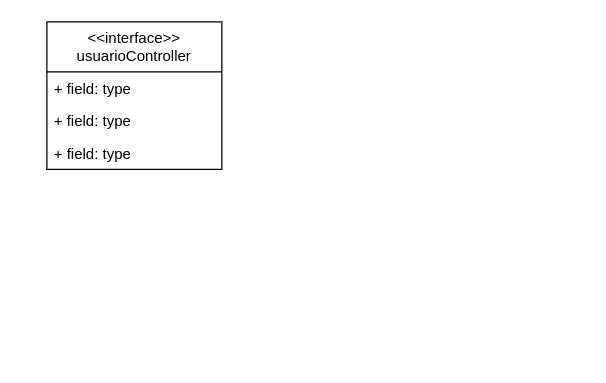
The draw.io diagram Diagramas/ProxyUML.drawio in JorgeADnro/Torres, before the edit. Source tidied: cells renumbered, new cells numbered last; positions are measured from the earlier drawing's top-left corner, leaving out a move shared by most shapes. Both pictures are drawn from the tidied source at 125%, with x=0, y=0 at pixel (46, 21).
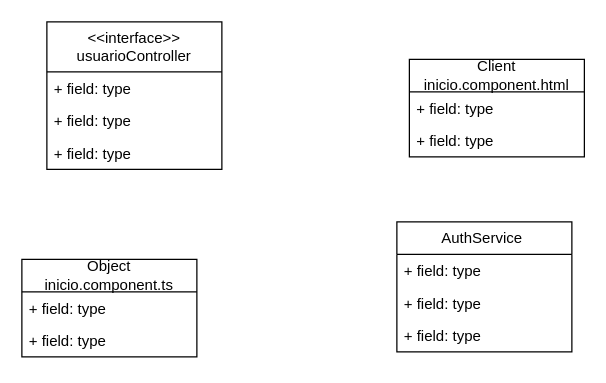
Above is the later version.

Change to the diagram source:
```diff
@@
 <mxGraphModel>
   <root>
     <mxCell id="0" />
     <mxCell id="1" parent="0" />
     <mxCell id="2" value="&amp;lt;&amp;lt;interface&amp;gt;&amp;gt;&lt;br&gt;usuarioController" style="swimlane;fontStyle=0;horizontal=1;startSize=40;fillColor=none;whiteSpace=wrap;html=1;" parent="1" vertex="1">
       <mxGeometry width="140" height="118" as="geometry" />
     </mxCell>
     <mxCell id="3" value="+ field: type" style="text;strokeColor=none;fillColor=none;align=left;verticalAlign=top;spacingLeft=4;spacingRight=4;overflow=hidden;whiteSpace=wrap;html=1;" parent="2" vertex="1">
       <mxGeometry y="40" width="140" height="26" as="geometry" />
     </mxCell>
     <mxCell id="4" value="+ field: type" style="text;strokeColor=none;fillColor=none;align=left;verticalAlign=top;spacingLeft=4;spacingRight=4;overflow=hidden;whiteSpace=wrap;html=1;" parent="2" vertex="1">
       <mxGeometry y="66" width="140" height="26" as="geometry" />
     </mxCell>
     <mxCell id="5" value="+ field: type" style="text;strokeColor=none;fillColor=none;align=left;verticalAlign=top;spacingLeft=4;spacingRight=4;overflow=hidden;whiteSpace=wrap;html=1;" parent="2" vertex="1">
       <mxGeometry y="92" width="140" height="26" as="geometry" />
     </mxCell>
+    <mxCell id="6" value="Client&lt;br&gt;inicio.component.html" style="swimlane;fontStyle=0;horizontal=1;startSize=26;fillColor=none;whiteSpace=wrap;html=1;" parent="1" vertex="1">
+      <mxGeometry x="290" y="30" width="140" height="78" as="geometry" />
+    </mxCell>
+    <mxCell id="7" value="+ field: type" style="text;strokeColor=none;fillColor=none;align=left;verticalAlign=top;spacingLeft=4;spacingRight=4;overflow=hidden;whiteSpace=wrap;html=1;" parent="6" vertex="1">
+      <mxGeometry y="26" width="140" height="26" as="geometry" />
+    </mxCell>
+    <mxCell id="8" value="+ field: type" style="text;strokeColor=none;fillColor=none;align=left;verticalAlign=top;spacingLeft=4;spacingRight=4;overflow=hidden;whiteSpace=wrap;html=1;" parent="6" vertex="1">
+      <mxGeometry y="52" width="140" height="26" as="geometry" />
+    </mxCell>
+    <mxCell id="9" value="Object&lt;br&gt;inicio.component.ts" style="swimlane;fontStyle=0;horizontal=1;startSize=26;fillColor=none;whiteSpace=wrap;html=1;" parent="1" vertex="1">
+      <mxGeometry x="-20" y="190" width="140" height="78" as="geometry" />
+    </mxCell>
+    <mxCell id="10" value="+ field: type" style="text;strokeColor=none;fillColor=none;align=left;verticalAlign=top;spacingLeft=4;spacingRight=4;overflow=hidden;whiteSpace=wrap;html=1;" parent="9" vertex="1">
+      <mxGeometry y="26" width="140" height="26" as="geometry" />
+    </mxCell>
+    <mxCell id="11" value="+ field: type" style="text;strokeColor=none;fillColor=none;align=left;verticalAlign=top;spacingLeft=4;spacingRight=4;overflow=hidden;whiteSpace=wrap;html=1;" parent="9" vertex="1">
+      <mxGeometry y="52" width="140" height="26" as="geometry" />
+    </mxCell>
+    <mxCell id="12" value="AuthService&amp;nbsp;" style="swimlane;fontStyle=0;horizontal=1;startSize=26;fillColor=none;whiteSpace=wrap;html=1;" parent="1" vertex="1">
+      <mxGeometry x="280" y="160" width="140" height="104" as="geometry" />
+    </mxCell>
+    <mxCell id="13" value="+ field: type" style="text;strokeColor=none;fillColor=none;align=left;verticalAlign=top;spacingLeft=4;spacingRight=4;overflow=hidden;whiteSpace=wrap;html=1;" parent="12" vertex="1">
+      <mxGeometry y="26" width="140" height="26" as="geometry" />
+    </mxCell>
+    <mxCell id="14" value="+ field: type" style="text;strokeColor=none;fillColor=none;align=left;verticalAlign=top;spacingLeft=4;spacingRight=4;overflow=hidden;whiteSpace=wrap;html=1;" parent="12" vertex="1">
+      <mxGeometry y="52" width="140" height="26" as="geometry" />
+    </mxCell>
+    <mxCell id="15" value="+ field: type" style="text;strokeColor=none;fillColor=none;align=left;verticalAlign=top;spacingLeft=4;spacingRight=4;overflow=hidden;whiteSpace=wrap;html=1;" parent="12" vertex="1">
+      <mxGeometry y="78" width="140" height="26" as="geometry" />
+    </mxCell>
   </root>
 </mxGraphModel>
```
